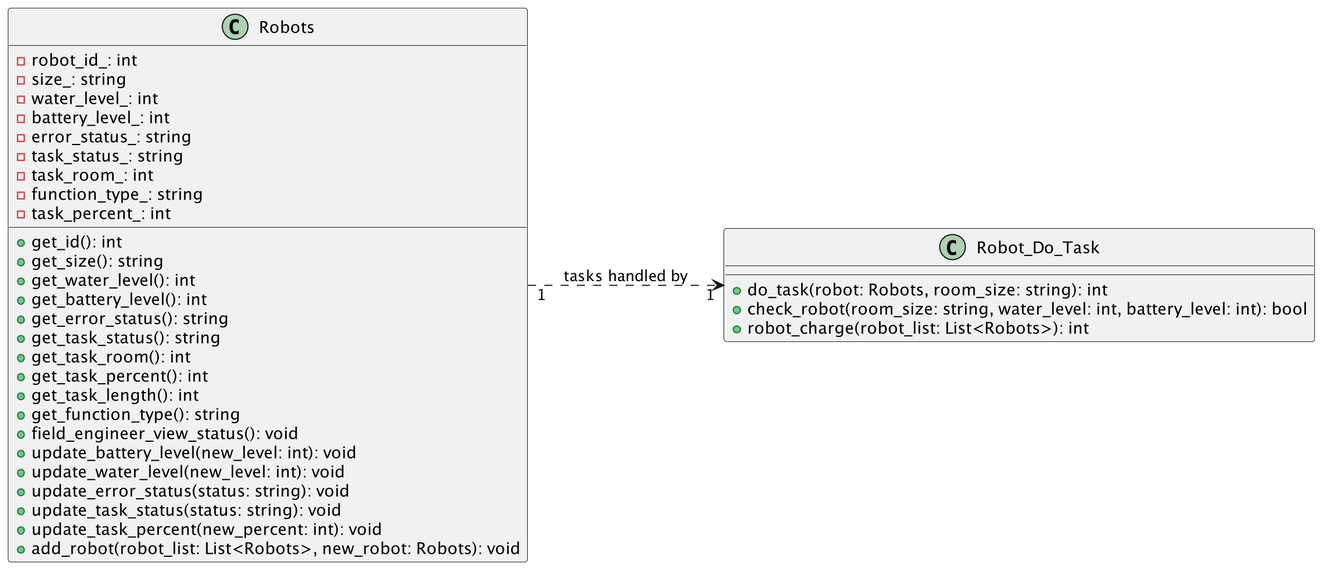
This is docs/design/classDiagram/SimulationClassDiagram.png from ur-swe-fa24/main-project-scrum-heads, a PlantUML export, as it was before one commit. Its diagram source:
```plantuml
@startuml SimulationClassDiagram
skinparam dpi 200
skinparam DefaultFontName Inconsolata
left to right direction

class Robots {
    -robot_id_: int
    -size_: string
    -water_level_: int
    -battery_level_: int
    -error_status_: string
    -task_status_: string
    -task_room_: int
    -function_type_: string
    -task_percent_: int
    +get_id(): int
    +get_size(): string
    +get_water_level(): int
    +get_battery_level(): int
    +get_error_status(): string
    +get_task_status(): string
    +get_task_room(): int
    +get_task_percent(): int
    +get_task_length(): int
    +get_function_type(): string
    +field_engineer_view_status(): void
    +update_battery_level(new_level: int): void
    +update_water_level(new_level: int): void
    +update_error_status(status: string): void
    +update_task_status(status: string): void
    +update_task_percent(new_percent: int): void
    +add_robot(robot_list: List<Robots>, new_robot: Robots): void
}

class Robot_Do_Task {
    +do_task(robot: Robots, room_size: string): int
    +check_robot(room_size: string, water_level: int, battery_level: int): bool
    +robot_charge(robot_list: List<Robots>): int
}

Robots "1" ..> "1" Robot_Do_Task : tasks handled by


@enduml
```
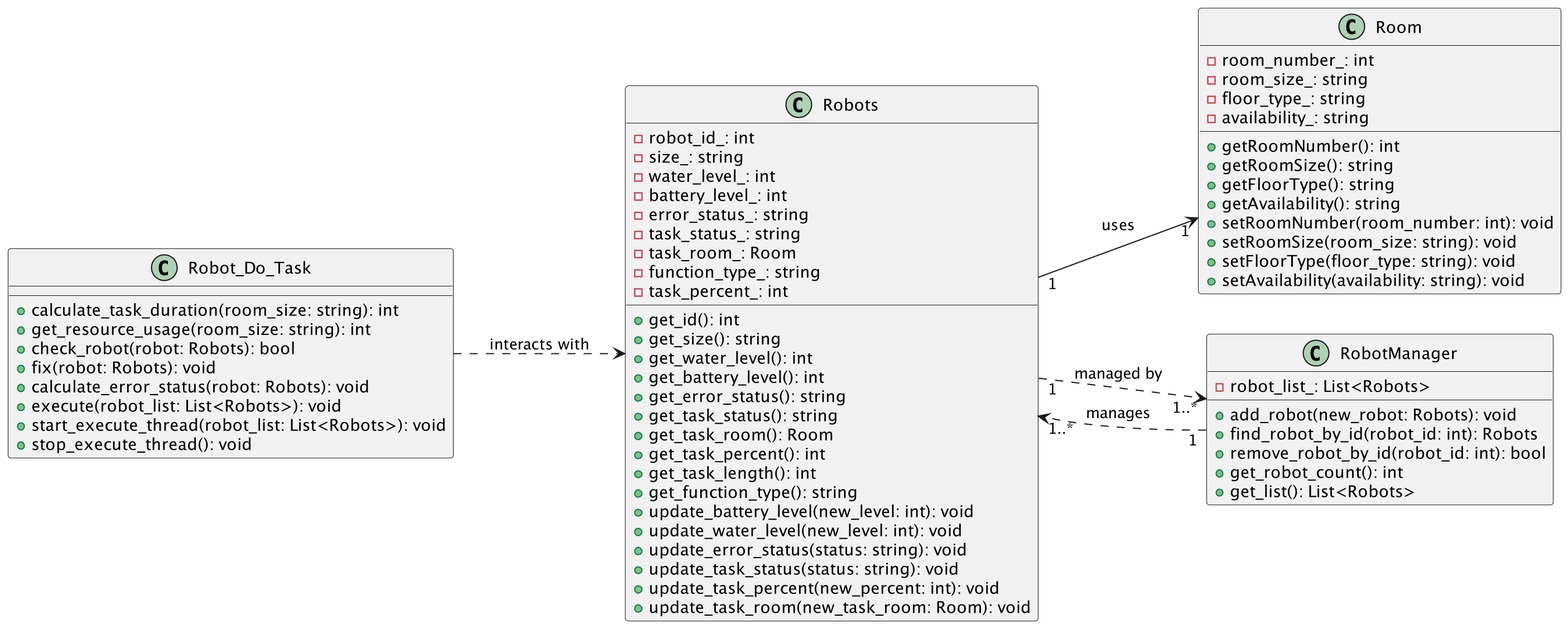
After the change.

Commit message:
documenttation for simulation

Change to the diagram source:
```diff
@@ -10,7 +10,7 @@
     -battery_level_: int
     -error_status_: string
     -task_status_: string
-    -task_room_: int
+    -task_room_: Room
     -function_type_: string
     -task_percent_: int
     +get_id(): int
@@ -19,26 +19,55 @@
     +get_battery_level(): int
     +get_error_status(): string
     +get_task_status(): string
-    +get_task_room(): int
+    +get_task_room(): Room
     +get_task_percent(): int
     +get_task_length(): int
     +get_function_type(): string
-    +field_engineer_view_status(): void
     +update_battery_level(new_level: int): void
     +update_water_level(new_level: int): void
     +update_error_status(status: string): void
     +update_task_status(status: string): void
     +update_task_percent(new_percent: int): void
-    +add_robot(robot_list: List<Robots>, new_robot: Robots): void
+    +update_task_room(new_task_room: Room): void
+}
+
+class Room {
+    -room_number_: int
+    -room_size_: string
+    -floor_type_: string
+    -availability_: string
+    +getRoomNumber(): int
+    +getRoomSize(): string
+    +getFloorType(): string
+    +getAvailability(): string
+    +setRoomNumber(room_number: int): void
+    +setRoomSize(room_size: string): void
+    +setFloorType(floor_type: string): void
+    +setAvailability(availability: string): void
+}
+
+class RobotManager {
+    -robot_list_: List<Robots>
+    +add_robot(new_robot: Robots): void
+    +find_robot_by_id(robot_id: int): Robots
+    +remove_robot_by_id(robot_id: int): bool
+    +get_robot_count(): int
+    +get_list(): List<Robots>
 }
 
 class Robot_Do_Task {
-    +do_task(robot: Robots, room_size: string): int
-    +check_robot(room_size: string, water_level: int, battery_level: int): bool
-    +robot_charge(robot_list: List<Robots>): int
+    +calculate_task_duration(room_size: string): int
+    +get_resource_usage(room_size: string): int
+    +check_robot(robot: Robots): bool
+    +fix(robot: Robots): void
+    +calculate_error_status(robot: Robots): void
+    +execute(robot_list: List<Robots>): void
+    +start_execute_thread(robot_list: List<Robots>): void
+    +stop_execute_thread(): void
 }
 
-Robots "1" ..> "1" Robot_Do_Task : tasks handled by
-
-
+Robots "1" --> "1" Room : uses
+Robots "1" ..> "1..*" RobotManager : managed by
+RobotManager "1" ..> "1..*" Robots : manages
+Robot_Do_Task ..> Robots : interacts with
 @enduml
```
